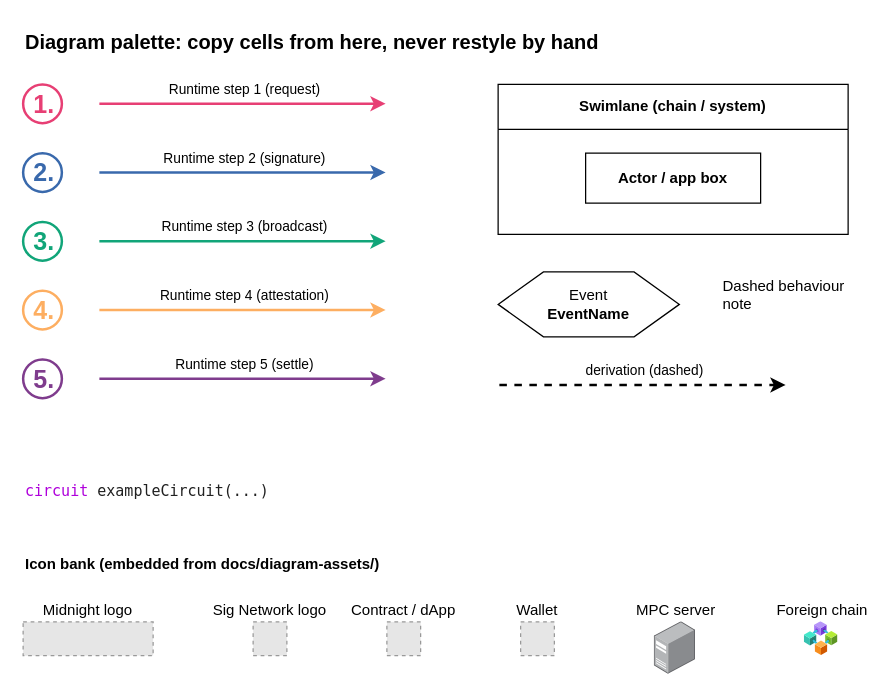
sig-net/midnight-examples keeps this draw.io diagram as docs/diagram-palette.drawio. Above is the earlier version. Source tidied: cells renumbered, new cells numbered last; positions are measured from the earlier drawing's top-left corner, leaving out a move shared by most shapes. Both pictures are drawn from the tidied source at 125%, with x=0, y=0 at pixel (22, 21). Pictures stored in the file or linked from it are replaced by grey dashed boxes.
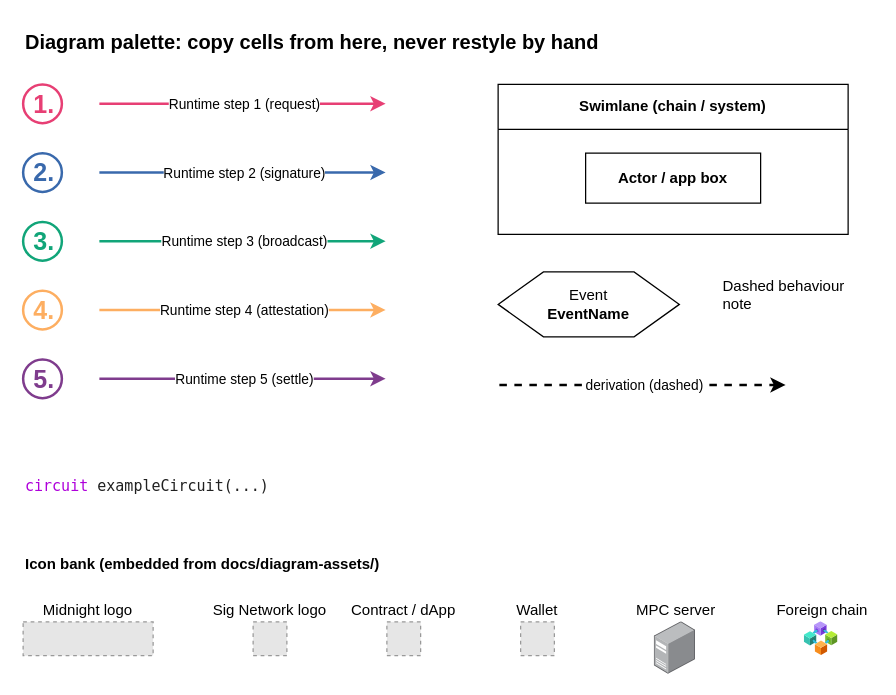
The same page after the edit.

Commit message (it also covers changes not shown here):
docs: caption/anchor/label refinements, blind-review pass over the generic diagram

The change refers to these unchanged cells:
```xml
<mxCell id="6" style="html=1;strokeColor=#E73F74;rounded=0;strokeWidth=2;" parent="1" edge="1" source="4" target="5">
  <mxGeometry relative="1" as="geometry" />
</mxCell>
<mxCell id="11" style="html=1;strokeColor=#3969AC;rounded=0;strokeWidth=2;" parent="1" edge="1" source="9" target="10">
  <mxGeometry relative="1" as="geometry" />
</mxCell>
<mxCell id="16" style="html=1;strokeColor=#11A579;rounded=0;strokeWidth=2;" parent="1" edge="1" source="14" target="15">
  <mxGeometry relative="1" as="geometry" />
</mxCell>
<mxCell id="21" style="html=1;strokeColor=#FDAE61;rounded=0;strokeWidth=2;" parent="1" edge="1" source="19" target="20">
  <mxGeometry relative="1" as="geometry" />
</mxCell>
<mxCell id="26" style="html=1;strokeColor=#7F3C8D;rounded=0;strokeWidth=2;" parent="1" edge="1" source="24" target="25">
  <mxGeometry relative="1" as="geometry" />
</mxCell>
<mxCell id="34" style="html=1;dashed=1;rounded=0;strokeWidth=2;" parent="1" edge="1" source="32" target="33">
  <mxGeometry relative="1" as="geometry" />
</mxCell>
```

Diff of the diagram source:
```diff
@@
-    <mxCell id="7" value="Runtime step 1 (request)" style="edgeLabel;html=1;align=center;verticalAlign=middle;" parent="6" vertex="1">
-      <mxGeometry relative="1" as="geometry">
-        <mxPoint y="-12" as="offset" />
-      </mxGeometry>
+    <mxCell id="7" value="Runtime step 1 (request)" style="edgeLabel;html=1;align=center;verticalAlign=middle;labelBackgroundColor=default;" parent="6" vertex="1">
+      <mxGeometry relative="1" as="geometry" />
     </mxCell>
@@
-    <mxCell id="12" value="Runtime step 2 (signature)" style="edgeLabel;html=1;align=center;verticalAlign=middle;" parent="11" vertex="1">
-      <mxGeometry relative="1" as="geometry">
-        <mxPoint y="-12" as="offset" />
-      </mxGeometry>
+    <mxCell id="12" value="Runtime step 2 (signature)" style="edgeLabel;html=1;align=center;verticalAlign=middle;labelBackgroundColor=default;" parent="11" vertex="1">
+      <mxGeometry relative="1" as="geometry" />
     </mxCell>
@@
-    <mxCell id="17" value="Runtime step 3 (broadcast)" style="edgeLabel;html=1;align=center;verticalAlign=middle;" parent="16" vertex="1">
-      <mxGeometry relative="1" as="geometry">
-        <mxPoint y="-12" as="offset" />
-      </mxGeometry>
+    <mxCell id="17" value="Runtime step 3 (broadcast)" style="edgeLabel;html=1;align=center;verticalAlign=middle;labelBackgroundColor=default;" parent="16" vertex="1">
+      <mxGeometry relative="1" as="geometry" />
     </mxCell>
@@
-    <mxCell id="22" value="Runtime step 4 (attestation)" style="edgeLabel;html=1;align=center;verticalAlign=middle;" parent="21" vertex="1">
-      <mxGeometry relative="1" as="geometry">
-        <mxPoint y="-12" as="offset" />
-      </mxGeometry>
+    <mxCell id="22" value="Runtime step 4 (attestation)" style="edgeLabel;html=1;align=center;verticalAlign=middle;labelBackgroundColor=default;" parent="21" vertex="1">
+      <mxGeometry relative="1" as="geometry" />
     </mxCell>
@@
-    <mxCell id="27" value="Runtime step 5 (settle)" style="edgeLabel;html=1;align=center;verticalAlign=middle;" parent="26" vertex="1">
-      <mxGeometry relative="1" as="geometry">
-        <mxPoint y="-12" as="offset" />
-      </mxGeometry>
+    <mxCell id="27" value="Runtime step 5 (settle)" style="edgeLabel;html=1;align=center;verticalAlign=middle;labelBackgroundColor=default;" parent="26" vertex="1">
+      <mxGeometry relative="1" as="geometry" />
     </mxCell>
@@
-    <mxCell id="35" value="derivation (dashed)" style="edgeLabel;html=1;align=center;verticalAlign=middle;" parent="34" vertex="1">
-      <mxGeometry relative="1" as="geometry">
-        <mxPoint y="-12" as="offset" />
-      </mxGeometry>
+    <mxCell id="35" value="derivation (dashed)" style="edgeLabel;html=1;align=center;verticalAlign=middle;labelBackgroundColor=default;" parent="34" vertex="1">
+      <mxGeometry relative="1" as="geometry" />
     </mxCell>
-    <mxCell id="36" value="&lt;div style=&quot;font-family: Menlo, Monaco, &amp;#39;Courier New&amp;#39;, monospace; font-size: 12px; line-height: 18px; white-space: pre;&quot;&gt;&lt;span style=&quot;color: rgb(175, 0, 219);&quot;&gt;circuit&lt;/span&gt;&lt;span style=&quot;color: rgb(32, 32, 32);&quot;&gt; exampleCircuit(...)&lt;/span&gt;&lt;/div&gt;" style="text;whiteSpace=wrap;html=1;dashed=1;" parent="1" vertex="1">
+    <mxCell id="36" value="&lt;div style=&quot;font-family: Menlo, Monaco, &amp;#39;Courier New&amp;#39;, monospace; font-size: 12px; line-height: 18px; white-space: pre;&quot;&gt;&lt;span style=&quot;color: rgb(175, 0, 219);&quot;&gt;circuit&lt;/span&gt;&lt;span style=&quot;color: rgb(32, 32, 32);&quot;&gt; exampleCircuit(...)&lt;/span&gt;&lt;/div&gt;" style="text;whiteSpace=wrap;html=1;dashed=1;spacingTop=-4;spacing=2;" parent="1" vertex="1">
       <mxGeometry y="360" width="220" height="30" as="geometry" />
     </mxCell>
```
